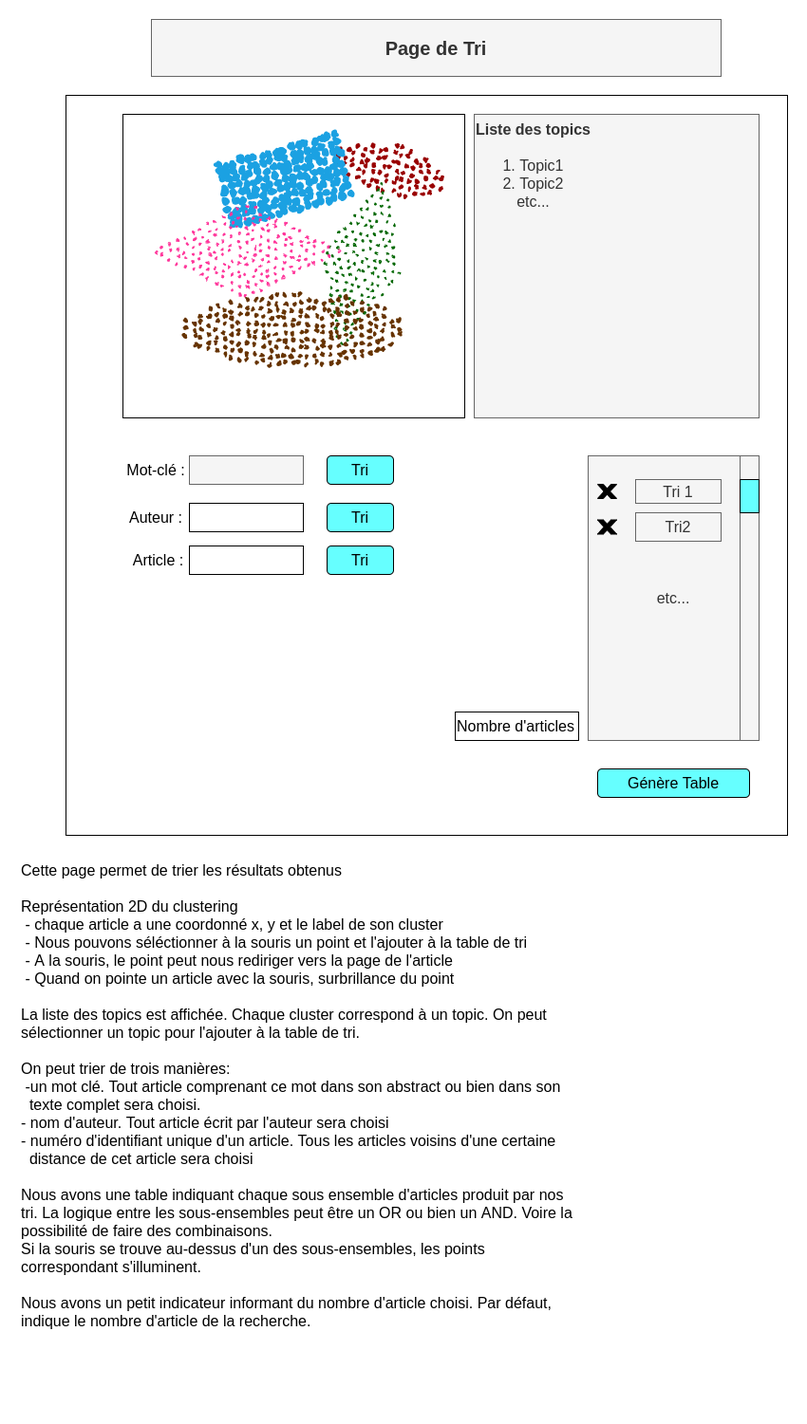
The draw.io diagram documents/Requirements/storyboard/page_tri.png in khptif/systematic-review-topic, before a commit. Source tidied: cells renumbered, new cells last; positions are measured from the earlier drawing's top-left corner, leaving out a move shared by most shapes.
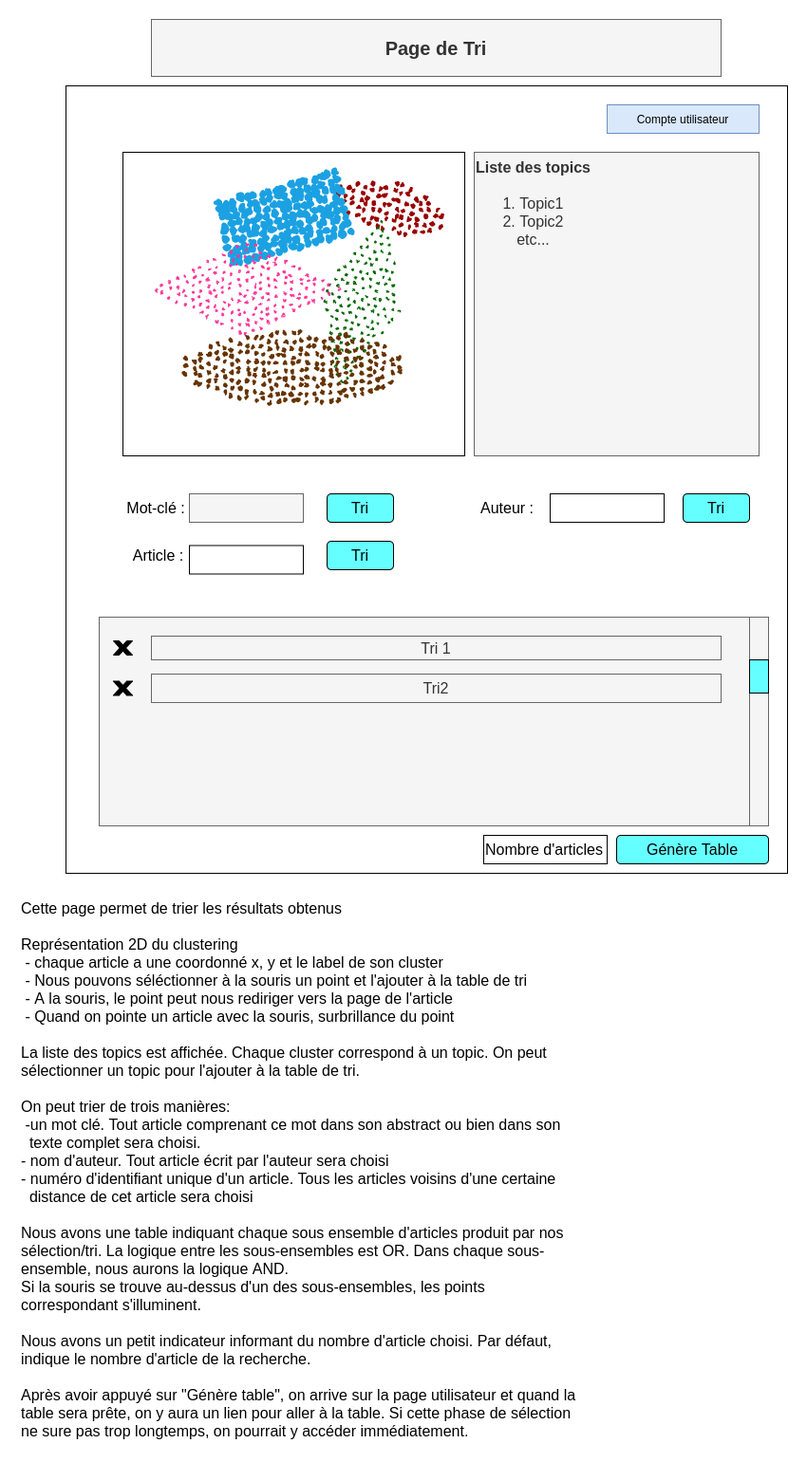
The same file after the commit.

What changed in the source:
```diff
@@ -3,10 +3,10 @@
     <mxCell id="0" />
     <mxCell id="1" parent="0" />
     <mxCell id="2" style="rounded=0;whiteSpace=wrap;html=1;" parent="1" vertex="1">
-      <mxGeometry x="49" y="80" width="760" height="780" as="geometry" />
+      <mxGeometry x="49" y="30" width="760" height="830" as="geometry" />
     </mxCell>
     <mxCell id="3" value="&lt;font style=&quot;font-size: 20px&quot;&gt;&lt;b&gt;Page de Tri&lt;/b&gt;&lt;/font&gt;" style="text;html=1;align=center;verticalAlign=middle;whiteSpace=wrap;rounded=0;fillColor=#f5f5f5;strokeColor=#666666;fontColor=#333333;" parent="1" vertex="1">
-      <mxGeometry x="139" width="600" height="60" as="geometry" />
+      <mxGeometry x="139" y="-40" width="600" height="60" as="geometry" />
     </mxCell>
     <mxCell id="4" style="rounded=0;whiteSpace=wrap;html=1;" parent="1" vertex="1">
       <mxGeometry x="109" y="100" width="360" height="320" as="geometry" />
@@ -38,53 +38,56 @@
     <mxCell id="13" value="Tri" style="rounded=1;whiteSpace=wrap;html=1;fontSize=16;fillColor=#66FFFF;" parent="1" vertex="1">
       <mxGeometry x="324" y="460" width="70" height="30" as="geometry" />
     </mxCell>
-    <mxCell id="14" value="etc..." style="rounded=0;whiteSpace=wrap;html=1;fillColor=#f5f5f5;fontSize=16;strokeColor=#666666;fontColor=#333333;" parent="1" vertex="1">
-      <mxGeometry x="599" y="460" width="180" height="300" as="geometry" />
+    <mxCell id="14" style="rounded=0;whiteSpace=wrap;html=1;fillColor=#f5f5f5;fontSize=16;strokeColor=#666666;fontColor=#333333;" parent="1" vertex="1">
+      <mxGeometry x="84" y="590" width="705" height="220" as="geometry" />
     </mxCell>
     <mxCell id="15" style="rounded=0;whiteSpace=wrap;html=1;fillColor=#f5f5f5;fontSize=16;strokeColor=#666666;fontColor=#333333;" parent="1" vertex="1">
-      <mxGeometry x="759" y="460" width="20" height="300" as="geometry" />
+      <mxGeometry x="769" y="590" width="20" height="220" as="geometry" />
     </mxCell>
     <mxCell id="16" style="rounded=0;whiteSpace=wrap;html=1;fillColor=#66FFFF;fontSize=16;" parent="1" vertex="1">
-      <mxGeometry x="759" y="485" width="20" height="35" as="geometry" />
+      <mxGeometry x="769" y="635" width="20" height="35" as="geometry" />
     </mxCell>
     <mxCell id="17" value="Tri 1" style="rounded=0;whiteSpace=wrap;html=1;fillColor=#f5f5f5;fontSize=16;strokeColor=#666666;fontColor=#333333;" parent="1" vertex="1">
-      <mxGeometry x="649" y="485" width="90" height="25" as="geometry" />
+      <mxGeometry x="139" y="610" width="600" height="25" as="geometry" />
     </mxCell>
     <mxCell id="18" value="Tri2" style="rounded=0;whiteSpace=wrap;html=1;fillColor=#f5f5f5;fontSize=16;strokeColor=#666666;fontColor=#333333;" parent="1" vertex="1">
-      <mxGeometry x="649" y="520" width="90" height="30" as="geometry" />
+      <mxGeometry x="139" y="650" width="600" height="30" as="geometry" />
     </mxCell>
     <mxCell id="19" style="verticalLabelPosition=bottom;verticalAlign=top;html=1;shape=mxgraph.basic.x;fontSize=16;fillColor=#000000;" parent="1" vertex="1">
-      <mxGeometry x="609" y="490" width="20" height="15" as="geometry" />
+      <mxGeometry x="99" y="615" width="20" height="15" as="geometry" />
     </mxCell>
     <mxCell id="20" style="verticalLabelPosition=bottom;verticalAlign=top;html=1;shape=mxgraph.basic.x;fontSize=16;fillColor=#000000;" parent="1" vertex="1">
-      <mxGeometry x="609" y="527.5" width="20" height="15" as="geometry" />
+      <mxGeometry x="99" y="657.5" width="20" height="15" as="geometry" />
     </mxCell>
     <mxCell id="21" value="Auteur :" style="text;html=1;strokeColor=none;fillColor=none;align=center;verticalAlign=middle;whiteSpace=wrap;rounded=0;fontSize=16;" parent="1" vertex="1">
-      <mxGeometry x="109" y="515" width="70" height="20" as="geometry" />
+      <mxGeometry x="479" y="465" width="70" height="20" as="geometry" />
     </mxCell>
     <mxCell id="22" style="rounded=0;whiteSpace=wrap;html=1;fontSize=16;fillColor=#FFFFFF;" parent="1" vertex="1">
-      <mxGeometry x="179" y="510" width="120" height="30" as="geometry" />
+      <mxGeometry x="559" y="460" width="120" height="30" as="geometry" />
     </mxCell>
     <mxCell id="23" value="Tri" style="rounded=1;whiteSpace=wrap;html=1;fontSize=16;fillColor=#66FFFF;" parent="1" vertex="1">
-      <mxGeometry x="324" y="510" width="70" height="30" as="geometry" />
+      <mxGeometry x="699" y="460" width="70" height="30" as="geometry" />
     </mxCell>
     <mxCell id="24" value="&lt;font style=&quot;font-size: 16px ; font-weight: normal&quot;&gt;Article :&lt;/font&gt;" style="text;strokeColor=none;fillColor=none;html=1;fontSize=16;fontStyle=1;verticalAlign=middle;align=center;" parent="1" vertex="1">
-      <mxGeometry x="109" y="550" width="74" height="40" as="geometry" />
+      <mxGeometry x="109" y="504.5" width="74" height="40" as="geometry" />
     </mxCell>
     <mxCell id="25" style="rounded=0;whiteSpace=wrap;html=1;fontSize=16;fillColor=#FFFFFF;" parent="1" vertex="1">
-      <mxGeometry x="179" y="555" width="120" height="30" as="geometry" />
+      <mxGeometry x="179" y="514.5" width="120" height="30" as="geometry" />
     </mxCell>
     <mxCell id="26" value="Tri" style="rounded=1;whiteSpace=wrap;html=1;fontSize=16;fillColor=#66FFFF;" parent="1" vertex="1">
-      <mxGeometry x="324" y="555" width="70" height="30" as="geometry" />
+      <mxGeometry x="324" y="510" width="70" height="30" as="geometry" />
     </mxCell>
     <mxCell id="27" value="Génère Table" style="rounded=1;whiteSpace=wrap;html=1;fontSize=16;fillColor=#66FFFF;" parent="1" vertex="1">
-      <mxGeometry x="609" y="790" width="160" height="30" as="geometry" />
+      <mxGeometry x="629" y="820" width="160" height="30" as="geometry" />
     </mxCell>
-    <mxCell id="28" value="Cette page permet de trier les résultats obtenus&lt;br&gt;&lt;br&gt;Représentation 2D du clustering&lt;br&gt;&amp;nbsp;- chaque article a une coordonné x, y et le label de son cluster&lt;br&gt;&amp;nbsp;- Nous pouvons séléctionner à la souris un point et l'ajouter à la table de tri&lt;br&gt;&amp;nbsp;- A la souris, le point peut nous rediriger vers la page de l'article&lt;br&gt;&amp;nbsp;- Quand on pointe un article avec la souris, surbrillance du point&lt;br&gt;&lt;br&gt;La liste des topics est affichée. Chaque cluster correspond à un topic. On peut sélectionner un topic pour l'ajouter à la table de tri.&lt;br&gt;&lt;br&gt;On peut trier de trois manières:&lt;br&gt;&amp;nbsp;-un mot clé. Tout article comprenant ce mot dans son abstract ou bien dans son&amp;nbsp; &amp;nbsp; &amp;nbsp; texte complet sera choisi.&lt;br&gt;- nom d'auteur. Tout article écrit par l'auteur sera choisi&lt;br&gt;- numéro d'identifiant unique d'un article. Tous les articles voisins d'une certaine&amp;nbsp; &amp;nbsp; &amp;nbsp; &amp;nbsp; distance de cet article sera choisi&lt;br&gt;&lt;br&gt;Nous avons une table indiquant chaque sous ensemble d'articles produit par nos tri. La logique entre les sous-ensembles peut être un OR ou bien un AND. Voire la possibilité de faire des combinaisons.&lt;br&gt;Si la souris se trouve au-dessus d'un des sous-ensembles, les points correspondant s'illuminent.&lt;br&gt;&lt;br&gt;Nous avons un petit indicateur informant du nombre d'article choisi. Par défaut, indique le nombre d'article de la recherche." style="text;html=1;strokeColor=none;fillColor=none;align=left;verticalAlign=top;whiteSpace=wrap;rounded=0;fontSize=16;" parent="1" vertex="1">
+    <mxCell id="28" value="Cette page permet de trier les résultats obtenus&lt;br&gt;&lt;br&gt;Représentation 2D du clustering&lt;br&gt;&amp;nbsp;- chaque article a une coordonné x, y et le label de son cluster&lt;br&gt;&amp;nbsp;- Nous pouvons séléctionner à la souris un point et l'ajouter à la table de tri&lt;br&gt;&amp;nbsp;- A la souris, le point peut nous rediriger vers la page de l'article&lt;br&gt;&amp;nbsp;- Quand on pointe un article avec la souris, surbrillance du point&lt;br&gt;&lt;br&gt;La liste des topics est affichée. Chaque cluster correspond à un topic. On peut sélectionner un topic pour l'ajouter à la table de tri.&lt;br&gt;&lt;br&gt;On peut trier de trois manières:&lt;br&gt;&amp;nbsp;-un mot clé. Tout article comprenant ce mot dans son abstract ou bien dans son&amp;nbsp; &amp;nbsp; &amp;nbsp; texte complet sera choisi.&lt;br&gt;- nom d'auteur. Tout article écrit par l'auteur sera choisi&lt;br&gt;- numéro d'identifiant unique d'un article. Tous les articles voisins d'une certaine&amp;nbsp; &amp;nbsp; &amp;nbsp; &amp;nbsp; distance de cet article sera choisi&lt;br&gt;&lt;br&gt;Nous avons une table indiquant chaque sous ensemble d'articles produit par nos sélection/tri. La logique entre les sous-ensembles est OR. Dans chaque sous-ensemble, nous aurons la logique AND.&lt;br&gt;Si la souris se trouve au-dessus d'un des sous-ensembles, les points correspondant s'illuminent.&lt;br&gt;&lt;br&gt;Nous avons un petit indicateur informant du nombre d'article choisi. Par défaut, indique le nombre d'article de la recherche.&lt;br&gt;&lt;br&gt;Après avoir appuyé sur &quot;Génère table&quot;, on arrive sur la page utilisateur et quand la table sera prête, on y aura un lien pour aller à la table. Si cette phase de sélection ne sure pas trop longtemps, on pourrait y accéder immédiatement." style="text;html=1;strokeColor=none;fillColor=none;align=left;verticalAlign=top;whiteSpace=wrap;rounded=0;fontSize=16;" parent="1" vertex="1">
       <mxGeometry y="881" width="590" height="579" as="geometry" />
     </mxCell>
     <mxCell id="29" value="Nombre d'articles" style="rounded=0;whiteSpace=wrap;html=1;fillColor=#FFFFFF;fontSize=16;align=left;" parent="1" vertex="1">
-      <mxGeometry x="459" y="730" width="130" height="30" as="geometry" />
+      <mxGeometry x="489" y="820" width="130" height="30" as="geometry" />
     </mxCell>
+    <mxCell id="30" value="Compte utilisateur" style="text;html=1;strokeColor=#6c8ebf;fillColor=#dae8fc;align=center;verticalAlign=middle;whiteSpace=wrap;rounded=0;" parent="1" vertex="1">
+      <mxGeometry x="619" y="50" width="160" height="30" as="geometry" />
+    </mxCell>
   </root>
 </mxGraphModel>
```
